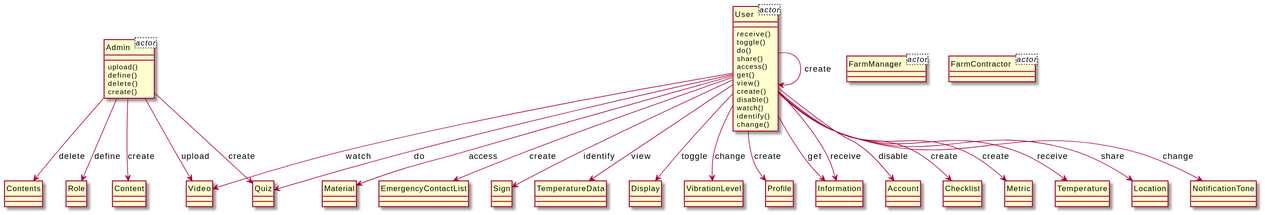
This is output/diagram_5/2016-USC-Project09.svg from xixixhalu/DomainModelExtractor, a PlantUML export, as it was before one commit.
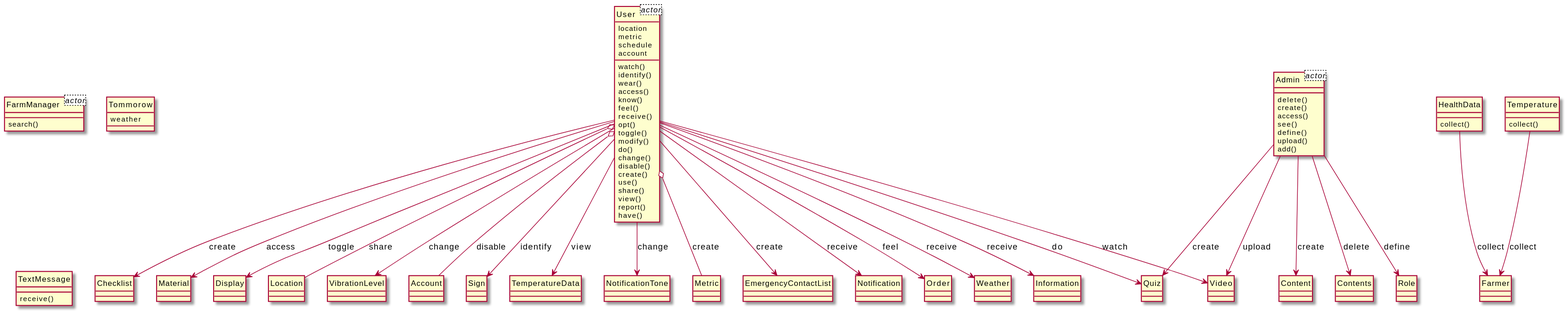
Later version of the same file.

Diff of the diagram source:
```diff
@@ -1,92 +1,124 @@
 @startuml
 hide circle
 class User<actor> {
+	location
+	metric
+	schedule
+	account
 }
 class Admin<actor> {
 }
 class FarmManager<actor> {
 }
-class FarmContractor<actor> {
+class Tommorow {
+	weather
+}
+class HealthData {
+	collect()
+}
+class Farmer {
 }
 class User {
-	receive()
-	toggle()
-	do()
-	share()
-	access()
-	get()
-	view()
-	create()
-	disable()
 	watch()
 	identify()
+	wear()
+	access()
+	know()
+	feel()
+	receive()
+	opt()
+	toggle()
+	modify()
+	do()
 	change()
+	disable()
+	create()
+	use()
+	share()
+	view()
+	report()
+	have()
 }
-class Profile {
+class Material {
+}
+class Display {
+}
+class Admin {
+	delete()
+	create()
+	access()
+	see()
+	define()
+	upload()
+	add()
+}
+class Content {
 }
 class Video {
 }
-class Information {
+class Location {
 }
-class Admin {
-	upload()
-	define()
-	delete()
-	create()
+class FarmManager {
+	search()
+}
+class VibrationLevel {
 }
 class Account {
 }
-class Checklist {
+class Sign {
+}
+class Quiz {
+}
+class TemperatureData {
+}
+class NotificationTone {
+}
+class Temperature {
+	collect()
 }
 class Metric {
 }
-class Temperature {
+class EmergencyContactList {
+}
+class Notification {
 }
 class Contents {
 }
-class Quiz {
+class TextMessage {
+	receive()
 }
-class Location {
-}
-class NotificationTone {
-}
-class Material {
-}
-class EmergencyContactList {
-}
-class Sign {
-}
-class TemperatureData {
-}
-class Display {
+class Order {
 }
 class Role {
 }
-class VibrationLevel {
+class Weather {
 }
-class Content {
+class Information {
 }
-User --> Information : get
+class Checklist {
+}
+Admin --> Content : create
+User --> Video : watch
+Admin --> Video : upload
+User o-- Location : share
+User --> Display : toggle
+User --> Notification : receive
+User --> VibrationLevel : change
+Admin --> Contents : delete
+Temperature --> Farmer : collect
+User o-- Account : disable
+User --> Order : feel
+HealthData --> Farmer : collect
+User --> Sign : identify
+Admin --> Role : define
+User --> Quiz : do
+User --> Material : access
+User --> Weather : receive
 User --> TemperatureData : view
+User --> Information : receive
+User --> NotificationTone : change
+Admin --> Quiz : create
+User --> Checklist : create
+User o-- Metric : create
 User --> EmergencyContactList : create
-User --> Display : toggle
-Admin --> Video : upload
-User --> Account : disable
-Admin --> Role : define
-User --> Checklist : create
-User --> VibrationLevel : change
-User --> User : create
-Admin --> Content : create
-User --> Metric : create
-User --> NotificationTone : change
-User --> Temperature : receive
-User --> Material : access
-Admin --> Contents : delete
-User --> Quiz : do
-User --> Information : receive
-User --> Profile : create
-User --> Sign : identify
-User --> Video : watch
-User --> Location : share
-Admin --> Quiz : create
 @enduml
```
